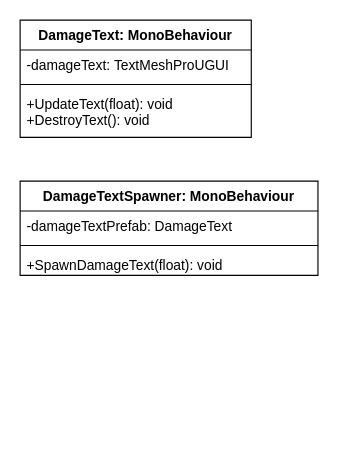
Above: page "UI" (2 of 11) of GreenAcademyProject.drawio in KTFox/FoxAdventure (draw.io), before the change. Source tidied: cells renumbered, new cells numbered last; positions are measured from the earlier drawing's top-left corner, leaving out a move shared by most shapes. Both pictures are drawn from the tidied source at 115%, with x=0, y=0 at pixel (20, 20).
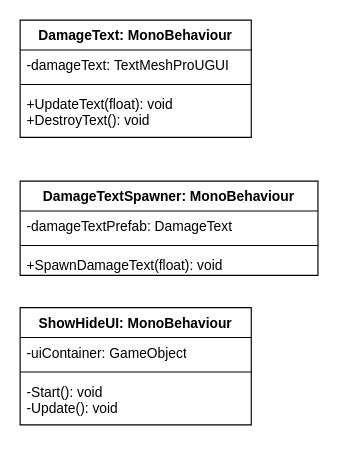
The same diagram, later.

Commit message (it also covers changes not shown here):
Add ShowHideUI class in UI folder.

Change to the diagram source:
```diff
@@
 <mxGraphModel>
   <root>
     <mxCell id="0" />
     <mxCell id="1" parent="0" />
     <mxCell id="2" value="DamageText: MonoBehaviour" style="swimlane;fontStyle=1;align=center;verticalAlign=top;horizontal=1;startSize=26;whiteSpace=wrap;html=1;" parent="1" vertex="1">
       <mxGeometry width="201" height="102" as="geometry" />
     </mxCell>
     <mxCell id="3" value="-damageText:&amp;nbsp;TextMeshProUGUI" style="text;strokeColor=none;fillColor=none;align=left;verticalAlign=top;spacingLeft=4;spacingRight=4;overflow=hidden;whiteSpace=wrap;html=1;" parent="2" vertex="1">
       <mxGeometry y="26" width="201" height="26" as="geometry" />
     </mxCell>
     <mxCell id="4" style="line;strokeWidth=1;fillColor=none;align=left;verticalAlign=middle;spacingTop=-1;spacingLeft=3;spacingRight=3;labelPosition=right;strokeColor=inherit;" parent="2" vertex="1">
       <mxGeometry y="52" width="201" height="8" as="geometry" />
     </mxCell>
     <mxCell id="5" value="+UpdateText(float): void&lt;br&gt;+DestroyText(): void" style="text;strokeColor=none;fillColor=none;align=left;verticalAlign=top;spacingLeft=4;spacingRight=4;overflow=hidden;whiteSpace=wrap;html=1;" parent="2" vertex="1">
       <mxGeometry y="60" width="201" height="42" as="geometry" />
     </mxCell>
     <mxCell id="6" value="DamageTextSpawner: MonoBehaviour" style="swimlane;fontStyle=1;align=center;verticalAlign=top;horizontal=1;startSize=26;whiteSpace=wrap;html=1;" parent="1" vertex="1">
       <mxGeometry y="140" width="259" height="82" as="geometry" />
     </mxCell>
     <mxCell id="7" value="-damageTextPrefab: DamageText" style="text;strokeColor=none;fillColor=none;align=left;verticalAlign=top;spacingLeft=4;spacingRight=4;overflow=hidden;whiteSpace=wrap;html=1;" parent="6" vertex="1">
       <mxGeometry y="26" width="259" height="26" as="geometry" />
     </mxCell>
     <mxCell id="8" style="line;strokeWidth=1;fillColor=none;align=left;verticalAlign=middle;spacingTop=-1;spacingLeft=3;spacingRight=3;labelPosition=right;strokeColor=inherit;" parent="6" vertex="1">
       <mxGeometry y="52" width="259" height="8" as="geometry" />
     </mxCell>
     <mxCell id="9" value="+SpawnDamageText(float): void" style="text;strokeColor=none;fillColor=none;align=left;verticalAlign=top;spacingLeft=4;spacingRight=4;overflow=hidden;whiteSpace=wrap;html=1;" parent="6" vertex="1">
       <mxGeometry y="60" width="259" height="22" as="geometry" />
     </mxCell>
+    <mxCell id="10" value="ShowHideUI: MonoBehaviour" style="swimlane;fontStyle=1;align=center;verticalAlign=top;horizontal=1;startSize=26;whiteSpace=wrap;html=1;" parent="1" vertex="1">
+      <mxGeometry y="250" width="201" height="102" as="geometry" />
+    </mxCell>
+    <mxCell id="11" value="-uiContainer: GameObject" style="text;strokeColor=none;fillColor=none;align=left;verticalAlign=top;spacingLeft=4;spacingRight=4;overflow=hidden;whiteSpace=wrap;html=1;" parent="10" vertex="1">
+      <mxGeometry y="26" width="201" height="26" as="geometry" />
+    </mxCell>
+    <mxCell id="12" style="line;strokeWidth=1;fillColor=none;align=left;verticalAlign=middle;spacingTop=-1;spacingLeft=3;spacingRight=3;labelPosition=right;strokeColor=inherit;" parent="10" vertex="1">
+      <mxGeometry y="52" width="201" height="8" as="geometry" />
+    </mxCell>
+    <mxCell id="13" value="-Start(): void&lt;br&gt;-Update(): void" style="text;strokeColor=none;fillColor=none;align=left;verticalAlign=top;spacingLeft=4;spacingRight=4;overflow=hidden;whiteSpace=wrap;html=1;" parent="10" vertex="1">
+      <mxGeometry y="60" width="201" height="42" as="geometry" />
+    </mxCell>
   </root>
 </mxGraphModel>
```
